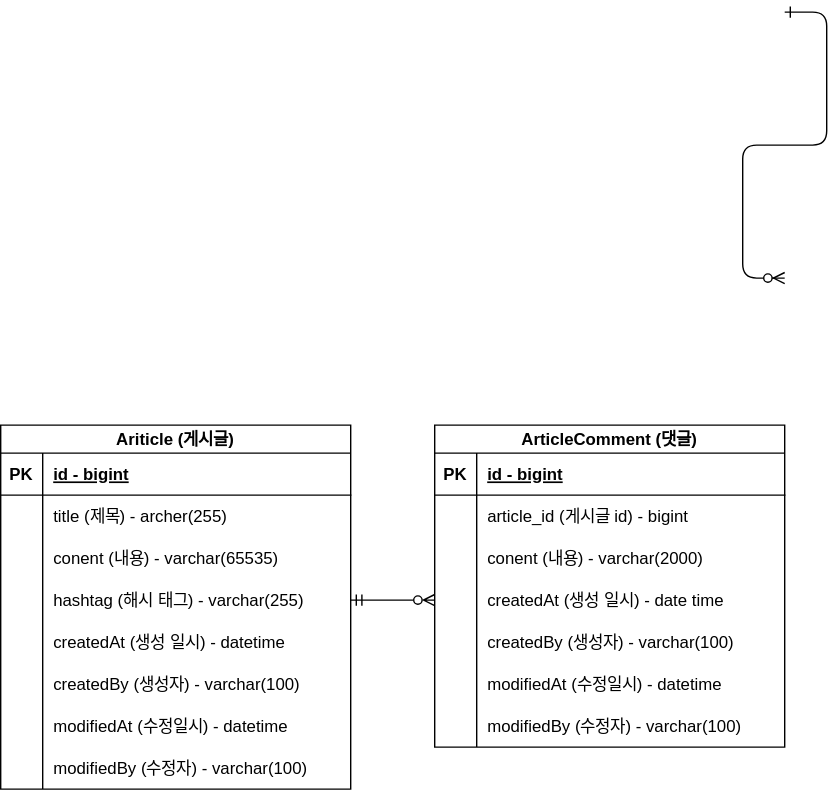
Before: document/board-erd.svg, a diagram exported from draw.io (one3147/SecureMarshmallow_BackEnd_V1). Source tidied: cells renumbered, new cells last; positions are measured from the earlier drawing's top-left corner, leaving out a move shared by most shapes.
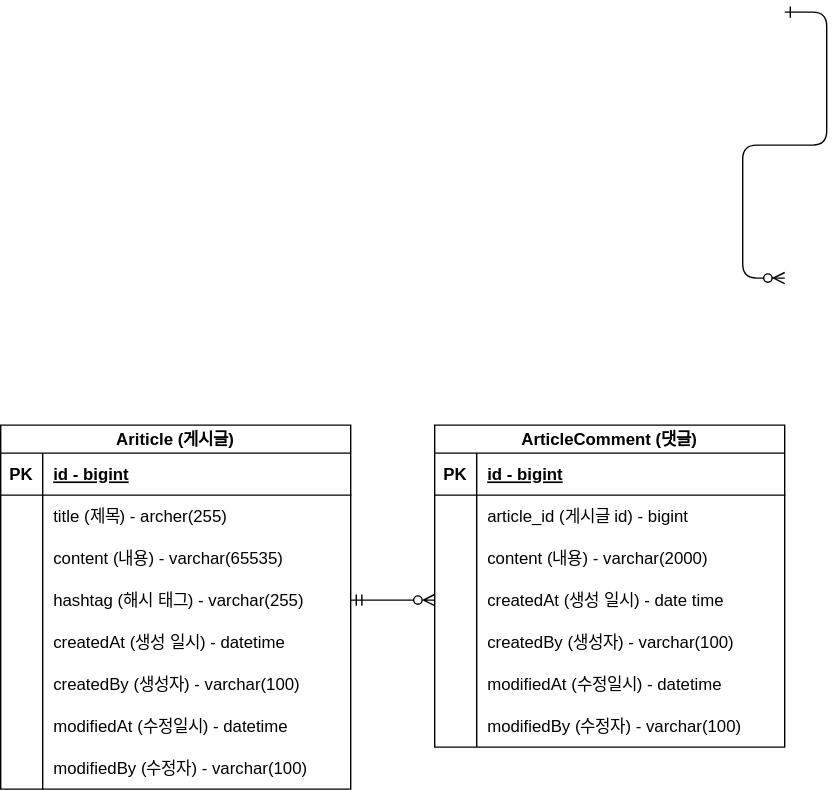
Above is the later version.

Change to the diagram source:
```diff
@@ -35,7 +35,7 @@
     <mxCell id="11" style="shape=partialRectangle;overflow=hidden;fillColor=none;top=0;left=0;bottom=0;right=0;" parent="10" vertex="1">
       <mxGeometry width="30" height="30" as="geometry" />
     </mxCell>
-    <mxCell id="12" value="conent (내용) - varchar(65535)" style="shape=partialRectangle;overflow=hidden;fillColor=none;top=0;left=0;bottom=0;right=0;align=left;spacingLeft=6;" parent="10" vertex="1">
+    <mxCell id="12" value="content (내용) - varchar(65535)" style="shape=partialRectangle;overflow=hidden;fillColor=none;top=0;left=0;bottom=0;right=0;align=left;spacingLeft=6;" parent="10" vertex="1">
       <mxGeometry x="30" width="220" height="30" as="geometry" />
     </mxCell>
     <mxCell id="13" style="shape=partialRectangle;fillColor=none;points=[[0,0.5],[1,0.5]];portConstraint=eastwest;top=0;left=0;right=0;bottom=0;" parent="3" vertex="1">
@@ -110,7 +110,7 @@
     <mxCell id="36" style="shape=partialRectangle;overflow=hidden;fillColor=none;top=0;left=0;bottom=0;right=0;" parent="35" vertex="1">
       <mxGeometry width="30" height="30" as="geometry" />
     </mxCell>
-    <mxCell id="37" value="conent (내용) - varchar(2000)" style="shape=partialRectangle;overflow=hidden;fillColor=none;top=0;left=0;bottom=0;right=0;align=left;spacingLeft=6;" parent="35" vertex="1">
+    <mxCell id="37" value="content (내용) - varchar(2000)" style="shape=partialRectangle;overflow=hidden;fillColor=none;top=0;left=0;bottom=0;right=0;align=left;spacingLeft=6;" parent="35" vertex="1">
       <mxGeometry x="30" width="220" height="30" as="geometry" />
     </mxCell>
     <mxCell id="38" style="shape=partialRectangle;fillColor=none;points=[[0,0.5],[1,0.5]];portConstraint=eastwest;top=0;left=0;right=0;bottom=0;" parent="28" vertex="1">
```
